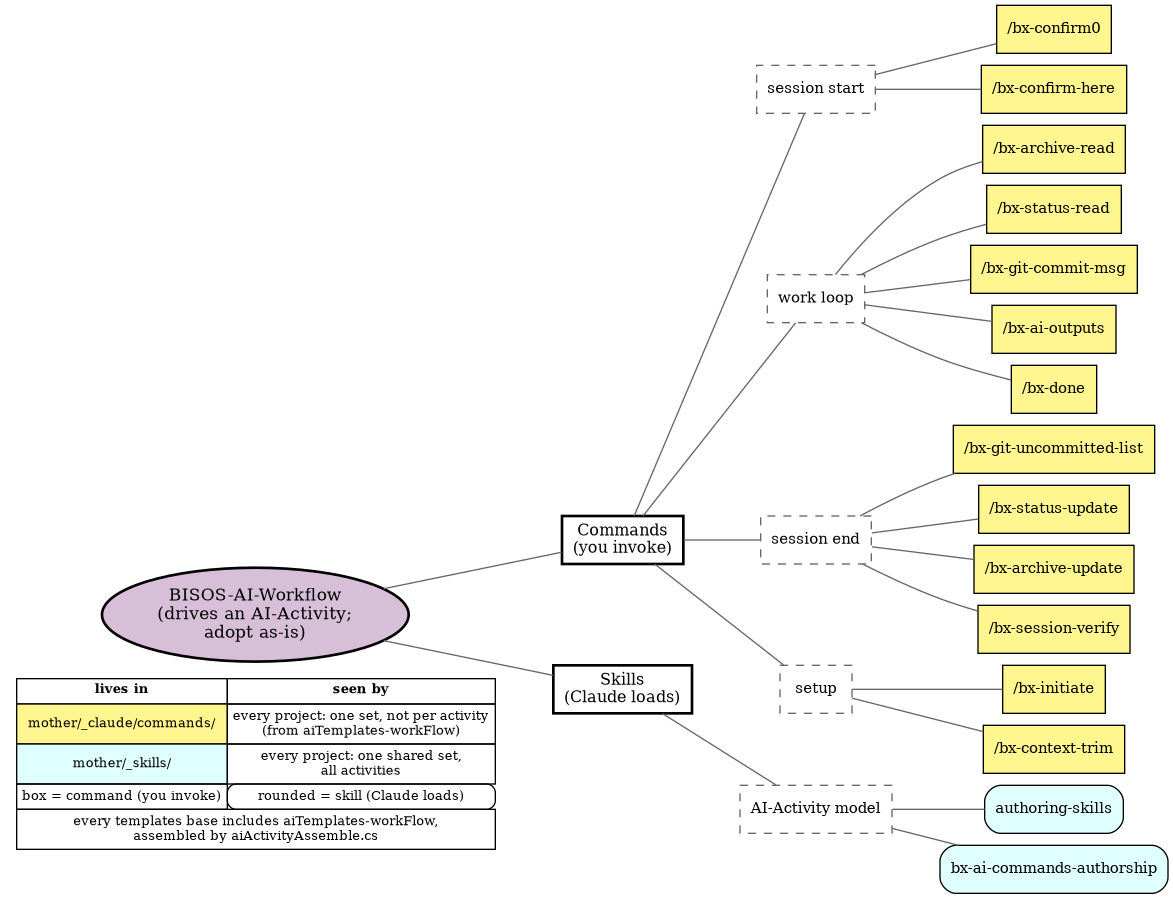
The Graphviz diagram py3/images/aiGeneralTree.png in bisos-pip/aiActivity, before a commit. Its source is kept beside it as py3/images/aiGeneralTree.gv. Its diagram source:
```dot
digraph {
	nodesep=0.12 rankdir=LR ranksep=0.5
	node [fontsize=11]
	root [label="BISOS-AI-Workflow
(drives an AI-Activity;
adopt as-is)" fillcolor=thistle fontsize=13 shape=ellipse style="filled,bold"]
	commands [label="Commands
(you invoke)" fontsize=12 shape=box style=bold]
	skills [label="Skills
(Claude loads)" fontsize=12 shape=box style=bold]
	root -> commands [arrowhead=none color=gray40]
	root -> skills [arrowhead=none color=gray40]
	cmdStart [label="session start" color=gray40 fontsize=11 shape=box style=dashed]
	commands -> cmdStart [arrowhead=none color=gray40]
	"/bx-confirm0" [label="/bx-confirm0" fillcolor=khaki1 shape=box style=filled]
	cmdStart -> "/bx-confirm0" [arrowhead=none color=gray40]
	"/bx-confirm-here" [label="/bx-confirm-here" fillcolor=khaki1 shape=box style=filled]
	cmdStart -> "/bx-confirm-here" [arrowhead=none color=gray40]
	cmdLoop [label="work loop" color=gray40 fontsize=11 shape=box style=dashed]
	commands -> cmdLoop [arrowhead=none color=gray40]
	"/bx-archive-read" [label="/bx-archive-read" fillcolor=khaki1 shape=box style=filled]
	cmdLoop -> "/bx-archive-read" [arrowhead=none color=gray40]
	"/bx-status-read" [label="/bx-status-read" fillcolor=khaki1 shape=box style=filled]
	cmdLoop -> "/bx-status-read" [arrowhead=none color=gray40]
	"/bx-git-commit-msg" [label="/bx-git-commit-msg" fillcolor=khaki1 shape=box style=filled]
	cmdLoop -> "/bx-git-commit-msg" [arrowhead=none color=gray40]
	"/bx-ai-outputs" [label="/bx-ai-outputs" fillcolor=khaki1 shape=box style=filled]
	cmdLoop -> "/bx-ai-outputs" [arrowhead=none color=gray40]
	"/bx-done" [label="/bx-done" fillcolor=khaki1 shape=box style=filled]
	cmdLoop -> "/bx-done" [arrowhead=none color=gray40]
	cmdEnd [label="session end" color=gray40 fontsize=11 shape=box style=dashed]
	commands -> cmdEnd [arrowhead=none color=gray40]
	"/bx-git-uncommitted-list" [label="/bx-git-uncommitted-list" fillcolor=khaki1 shape=box style=filled]
	cmdEnd -> "/bx-git-uncommitted-list" [arrowhead=none color=gray40]
	"/bx-status-update" [label="/bx-status-update" fillcolor=khaki1 shape=box style=filled]
	cmdEnd -> "/bx-status-update" [arrowhead=none color=gray40]
	"/bx-archive-update" [label="/bx-archive-update" fillcolor=khaki1 shape=box style=filled]
	cmdEnd -> "/bx-archive-update" [arrowhead=none color=gray40]
	"/bx-session-verify" [label="/bx-session-verify" fillcolor=khaki1 shape=box style=filled]
	cmdEnd -> "/bx-session-verify" [arrowhead=none color=gray40]
	cmdSetup [label=setup color=gray40 fontsize=11 shape=box style=dashed]
	commands -> cmdSetup [arrowhead=none color=gray40]
	"/bx-initiate" [label="/bx-initiate" fillcolor=khaki1 shape=box style=filled]
	cmdSetup -> "/bx-initiate" [arrowhead=none color=gray40]
	"/bx-context-trim" [label="/bx-context-trim" fillcolor=khaki1 shape=box style=filled]
	cmdSetup -> "/bx-context-trim" [arrowhead=none color=gray40]
	skAiActivity [label="AI-Activity model" color=gray40 fontsize=11 shape=box style=dashed]
	skills -> skAiActivity [arrowhead=none color=gray40]
	"authoring-skills" [label="authoring-skills" fillcolor=lightcyan shape=box style="filled,rounded"]
	skAiActivity -> "authoring-skills" [arrowhead=none color=gray40]
	"bx-ai-commands-authorship" [label="bx-ai-commands-authorship" fillcolor=lightcyan shape=box style="filled,rounded"]
	skAiActivity -> "bx-ai-commands-authorship" [arrowhead=none color=gray40]
	{
		rank=same
		root
		legend [label=<<TABLE BORDER="0" CELLBORDER="1" CELLSPACING="0" CELLPADDING="3"><TR><TD><B>lives in</B></TD><TD><B>seen by</B></TD></TR><TR><TD BGCOLOR="khaki1">mother/_claude/commands/</TD><TD>every project: one set, not per activity<BR/>(from aiTemplates-workFlow)</TD></TR><TR><TD BGCOLOR="lightcyan">mother/_skills/</TD><TD>every project: one shared set,<BR/>all activities</TD></TR><TR><TD>box = command (you invoke)</TD><TD STYLE="rounded">rounded = skill (Claude loads)</TD></TR><TR><TD COLSPAN="2">every templates base includes aiTemplates-workFlow,<BR/>assembled by aiActivityAssemble.cs</TD></TR></TABLE>> fontsize=10 shape=plaintext]
	}
	root -> legend [style=invis]
}
```
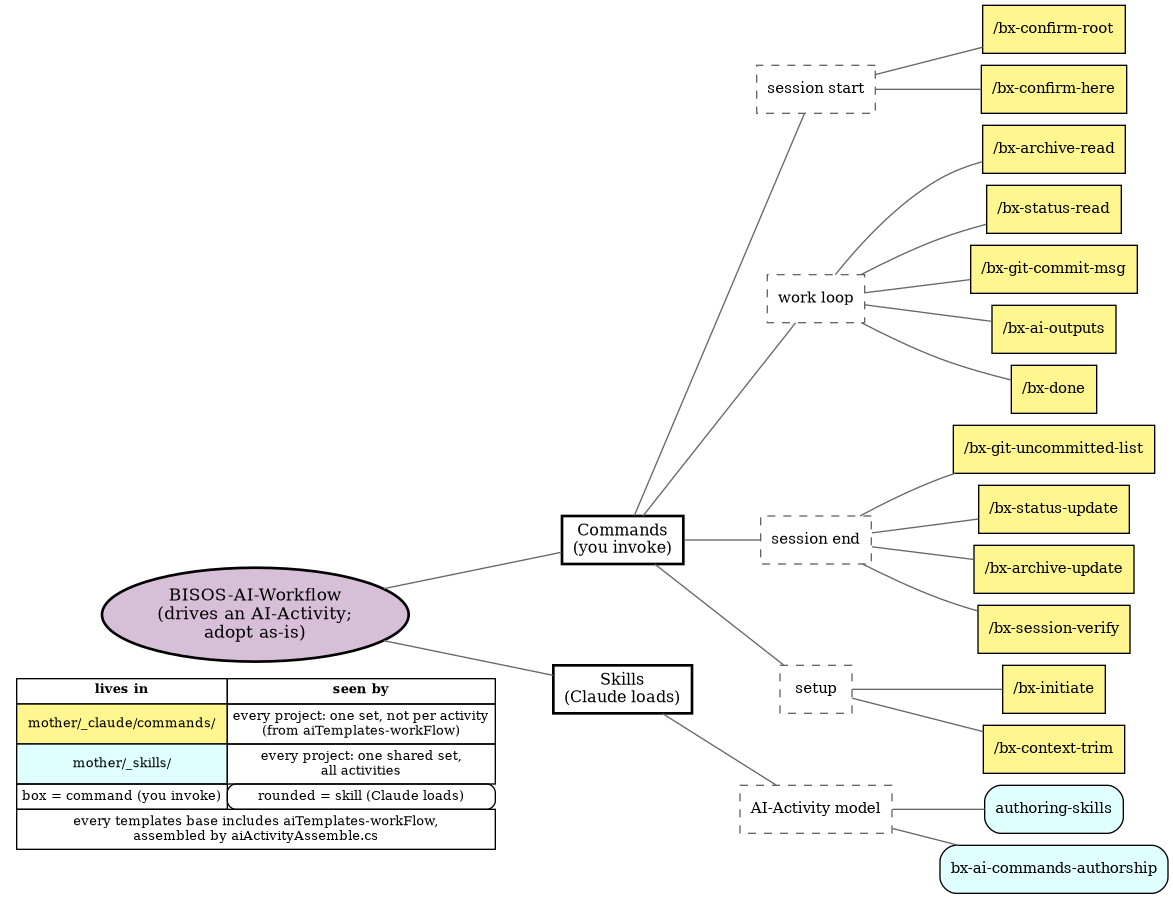
After the commit.

What changed in the source:
```diff
@@ -12,8 +12,8 @@
 	root -> skills [arrowhead=none color=gray40]
 	cmdStart [label="session start" color=gray40 fontsize=11 shape=box style=dashed]
 	commands -> cmdStart [arrowhead=none color=gray40]
-	"/bx-confirm0" [label="/bx-confirm0" fillcolor=khaki1 shape=box style=filled]
-	cmdStart -> "/bx-confirm0" [arrowhead=none color=gray40]
+	"/bx-confirm-root" [label="/bx-confirm-root" fillcolor=khaki1 shape=box style=filled]
+	cmdStart -> "/bx-confirm-root" [arrowhead=none color=gray40]
 	"/bx-confirm-here" [label="/bx-confirm-here" fillcolor=khaki1 shape=box style=filled]
 	cmdStart -> "/bx-confirm-here" [arrowhead=none color=gray40]
 	cmdLoop [label="work loop" color=gray40 fontsize=11 shape=box style=dashed]
```
